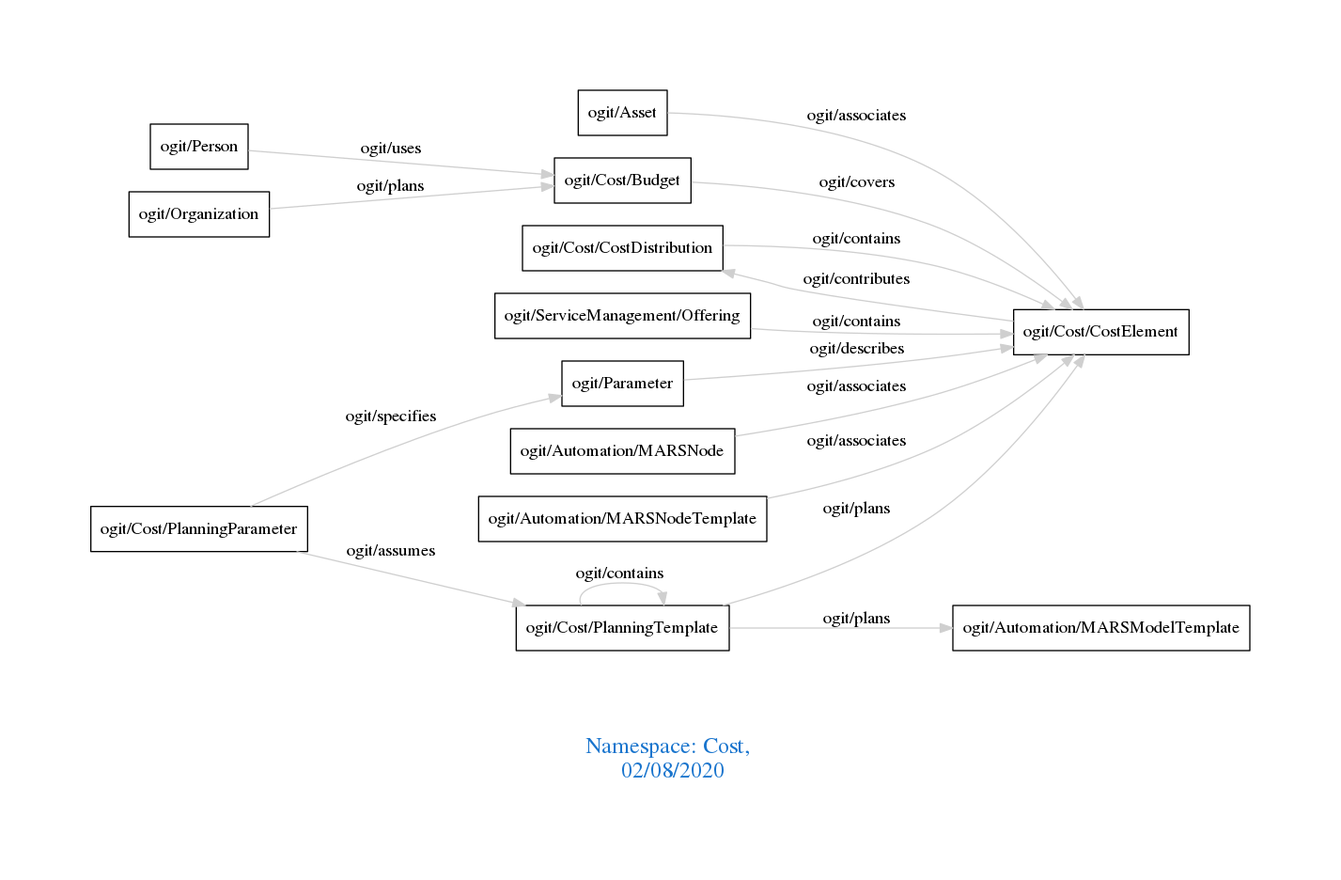
The Graphviz diagram downloads/Cost.png in arago/OGIT, before a commit. Its source is kept beside it as downloads/Cost.dot.
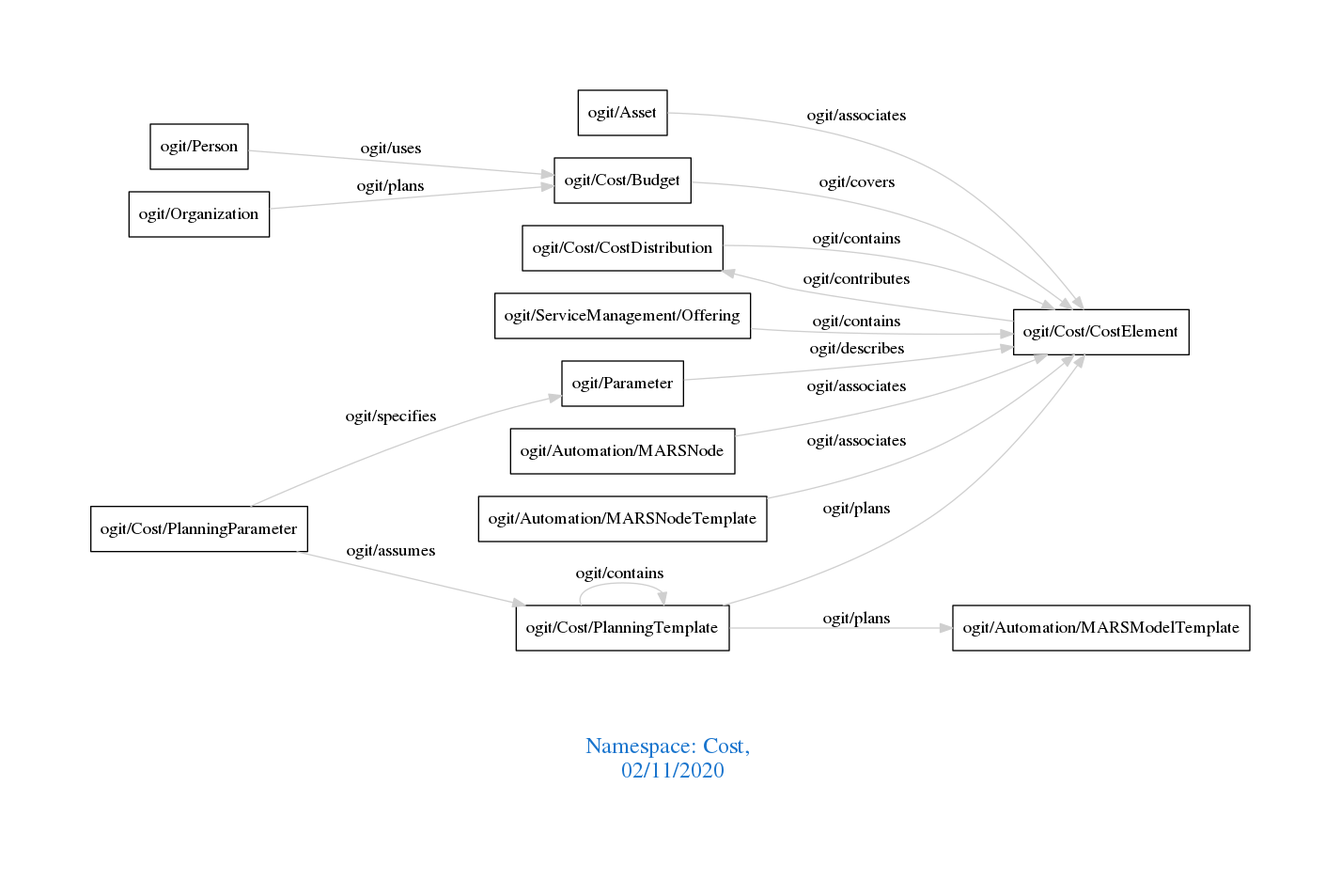
The same file after the commit.

The edit, as a diff of the source:
```diff
@@ -1,7 +1,7 @@
 digraph OGIT_ontology {
  graph [ rankdir= LR,pad=1
 fontsize = 18,
-fontcolor= dodgerblue3,label = "\n\n\nNamespace: Cost, \n 02/08/2020"];
+fontcolor= dodgerblue3,label = "\n\n\nNamespace: Cost, \n 02/11/2020"];
 node[shape=polygon];
 edge [  color="gray81"];
 
```
